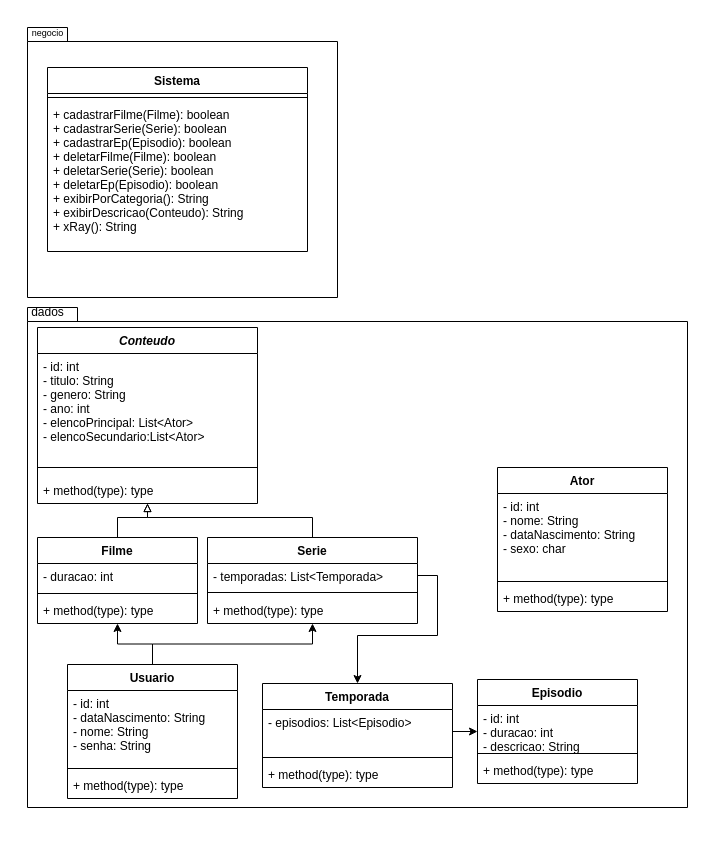
Above: trabalhoPOO.drawio in ViniciusHansen/diagramas (draw.io), before the change. Source tidied: cells renumbered, new cells numbered last; positions are measured from the earlier drawing's top-left corner, leaving out a move shared by most shapes. Both pictures are drawn from the tidied source at 100%, with x=0, y=0 at pixel (17, 17).
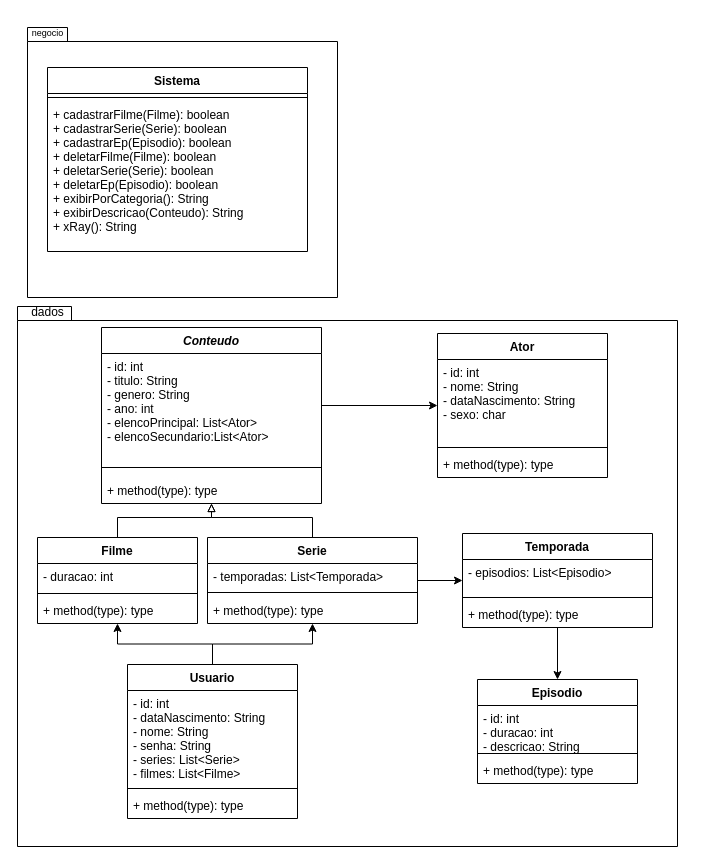
The same page after the edit.

The change refers to these unchanged cells:
```xml
<mxCell id="4" value="- id: int&#10;- titulo: String&#10;- genero: String&#10;- ano: int&#10;- elencoPrincipal: List&lt;Ator&gt;&#10;- elencoSecundario:List&lt;Ator&gt;&#10;" style="text;align=left;verticalAlign=top;spacingLeft=4;spacingRight=4;overflow=hidden;points=[[0,0.5],[1,0.5]];portConstraint=eastwest;" parent="3" vertex="1">
  <mxGeometry y="26" width="220" height="104" as="geometry" />
</mxCell>
<mxCell id="8" value="Serie" style="swimlane;fontStyle=1;align=center;verticalAlign=top;horizontal=1;startSize=26;" parent="1" vertex="1">
  <mxGeometry x="190" y="520" width="210" height="86" as="geometry" />
</mxCell>
<mxCell id="9" value="- temporadas: List&lt;Temporada&gt;" style="text;strokeColor=none;fillColor=none;align=left;verticalAlign=top;spacingLeft=4;spacingRight=4;overflow=hidden;points=[[0,0.5],[1,0.5]];portConstraint=eastwest;" parent="8" vertex="1">
  <mxGeometry y="26" width="210" height="24" as="geometry" />
</mxCell>
<mxCell id="33" value="Episodio" style="swimlane;fontStyle=1;align=center;verticalAlign=top;horizontal=1;startSize=26;" parent="1" vertex="1">
  <mxGeometry x="460" y="662" width="160" height="104" as="geometry" />
</mxCell>
```

What changed in the source:
```diff
@@
     <mxCell id="2" style="shape=folder;fontStyle=1;spacingTop=10;tabWidth=40;tabHeight=14;tabPosition=left;html=1;" parent="1" vertex="1">
-      <mxGeometry x="10" y="290" width="660" height="500" as="geometry" />
+      <mxGeometry y="289" width="660" height="540" as="geometry" />
     </mxCell>
     <mxCell id="3" value="Conteudo" style="swimlane;fontStyle=3;align=center;verticalAlign=top;horizontal=1;startSize=26;rounded=0;shadow=0;strokeWidth=1;" parent="1" vertex="1">
-      <mxGeometry x="20" y="310" width="220" height="176" as="geometry" />
+      <mxGeometry x="84" y="310" width="220" height="176" as="geometry" />
     </mxCell>
@@
     <mxCell id="7" style="edgeStyle=orthogonalEdgeStyle;rounded=0;jettySize=auto;html=1;endArrow=block;endFill=0;" parent="1" edge="1" source="8" target="3">
       <mxGeometry relative="1" as="geometry">
         <Array as="points">
           <mxPoint x="295" y="500" />
-          <mxPoint x="130" y="500" />
+          <mxPoint x="194" y="500" />
         </Array>
       </mxGeometry>
     </mxCell>
+    <mxCell id="43" style="edgeStyle=orthogonalEdgeStyle;rounded=0;jettySize=auto;html=1;" parent="1" edge="1" source="8" target="37">
+      <mxGeometry relative="1" as="geometry" />
+    </mxCell>
@@
     <mxCell id="15" value="Usuario" style="swimlane;fontStyle=1;align=center;verticalAlign=top;horizontal=1;startSize=26;" parent="1" vertex="1">
-      <mxGeometry x="50" y="647" width="170" height="134" as="geometry" />
+      <mxGeometry x="110" y="647" width="170" height="154" as="geometry" />
     </mxCell>
-    <mxCell id="16" value="- id: int&#10;- dataNascimento: String&#10;- nome: String&#10;- senha: String&#10;" style="text;strokeColor=none;fillColor=none;align=left;verticalAlign=top;spacingLeft=4;spacingRight=4;overflow=hidden;" parent="15" vertex="1">
-      <mxGeometry y="26" width="170" height="74" as="geometry" />
+    <mxCell id="16" value="- id: int&#10;- dataNascimento: String&#10;- nome: String&#10;- senha: String&#10;- series: List&lt;Serie&gt;&#10;- filmes: List&lt;Filme&gt;&#10;&#10;" style="text;strokeColor=none;fillColor=none;align=left;verticalAlign=top;spacingLeft=4;spacingRight=4;overflow=hidden;" parent="15" vertex="1">
+      <mxGeometry y="26" width="170" height="94" as="geometry" />
     </mxCell>
     <mxCell id="17" style="line;strokeWidth=1;fillColor=none;align=left;verticalAlign=middle;spacingTop=-1;spacingLeft=3;spacingRight=3;labelPosition=right;strokeColor=inherit;" parent="15" vertex="1">
-      <mxGeometry y="100" width="170" height="8" as="geometry" />
+      <mxGeometry y="120" width="170" height="8" as="geometry" />
     </mxCell>
     <mxCell id="18" value="+ method(type): type" style="text;strokeColor=none;fillColor=none;align=left;verticalAlign=top;spacingLeft=4;spacingRight=4;overflow=hidden;" parent="15" vertex="1">
-      <mxGeometry y="108" width="170" height="26" as="geometry" />
+      <mxGeometry y="128" width="170" height="26" as="geometry" />
     </mxCell>
     <mxCell id="19" value="Ator" style="swimlane;fontStyle=1;align=center;verticalAlign=top;horizontal=1;startSize=26;" parent="1" vertex="1">
-      <mxGeometry x="480" y="450" width="170" height="144" as="geometry" />
+      <mxGeometry x="420" y="316" width="170" height="144" as="geometry" />
     </mxCell>
@@
+    <mxCell id="44" style="edgeStyle=orthogonalEdgeStyle;rounded=0;jettySize=auto;html=1;" parent="1" edge="1" source="37" target="33">
+      <mxGeometry relative="1" as="geometry" />
+    </mxCell>
     <mxCell id="37" value="Temporada" style="swimlane;fontStyle=1;align=center;verticalAlign=top;horizontal=1;startSize=26;" parent="1" vertex="1">
-      <mxGeometry x="245" y="666" width="190" height="104" as="geometry" />
+      <mxGeometry x="445" y="516" width="190" height="94" as="geometry" />
     </mxCell>
     <mxCell id="38" value="- episodios: List&lt;Episodio&gt;" style="text;strokeColor=none;fillColor=none;align=left;verticalAlign=top;spacingLeft=4;spacingRight=4;overflow=hidden;points=[[0,0.5],[1,0.5]];portConstraint=eastwest;" parent="37" vertex="1">
-      <mxGeometry y="26" width="190" height="44" as="geometry" />
+      <mxGeometry y="26" width="190" height="34" as="geometry" />
     </mxCell>
     <mxCell id="39" style="line;strokeWidth=1;fillColor=none;align=left;verticalAlign=middle;spacingTop=-1;spacingLeft=3;spacingRight=3;labelPosition=right;strokeColor=inherit;" parent="37" vertex="1">
-      <mxGeometry y="70" width="190" height="8" as="geometry" />
+      <mxGeometry y="60" width="190" height="8" as="geometry" />
     </mxCell>
     <mxCell id="40" value="+ method(type): type" style="text;strokeColor=none;fillColor=none;align=left;verticalAlign=top;spacingLeft=4;spacingRight=4;overflow=hidden;" parent="37" vertex="1">
-      <mxGeometry y="78" width="190" height="26" as="geometry" />
+      <mxGeometry y="68" width="190" height="26" as="geometry" />
     </mxCell>
-    <mxCell id="41" style="edgeStyle=orthogonalEdgeStyle;rounded=0;jettySize=auto;html=1;" parent="1" edge="1" source="38" target="33">
-      <mxGeometry relative="1" as="geometry" />
-    </mxCell>
-    <mxCell id="42" style="edgeStyle=orthogonalEdgeStyle;rounded=0;jettySize=auto;html=1;" parent="1" edge="1" source="9" target="37">
-      <mxGeometry relative="1" as="geometry" />
-    </mxCell>
+    <mxCell id="45" style="edgeStyle=orthogonalEdgeStyle;rounded=0;jettySize=auto;html=1;" parent="1" edge="1" source="4" target="19">
+      <mxGeometry relative="1" as="geometry" />
+    </mxCell>
```
